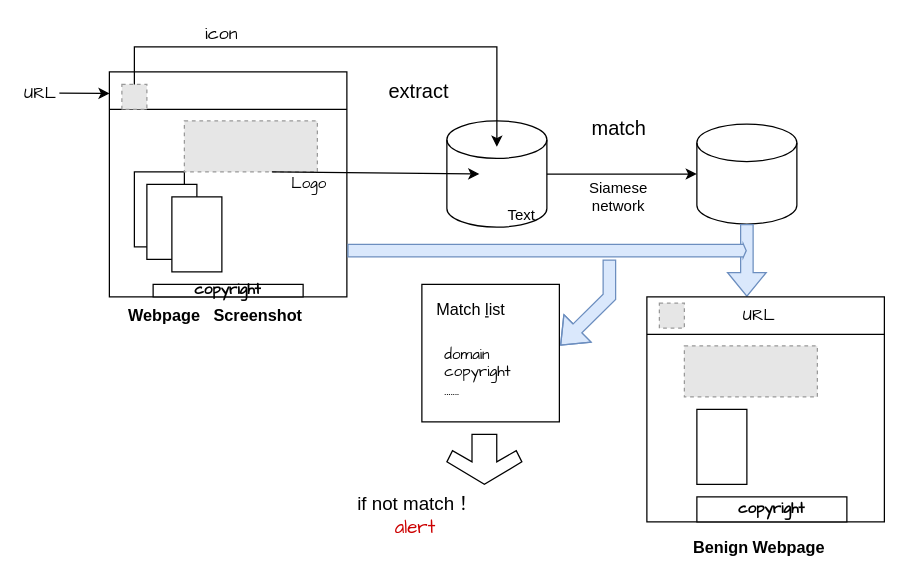
Xiaoxiaodewo89/v2ray-agent keeps this draw.io diagram as 未命名绘图.drawio. Above is the earlier version. Source tidied: cells renumbered, new cells numbered last; positions are measured from the earlier drawing's top-left corner, leaving out a move shared by most shapes. Both pictures are drawn from the tidied source at 125%, with x=0, y=0 at pixel (21, 21). Pictures stored in the file or linked from it are replaced by grey dashed boxes.
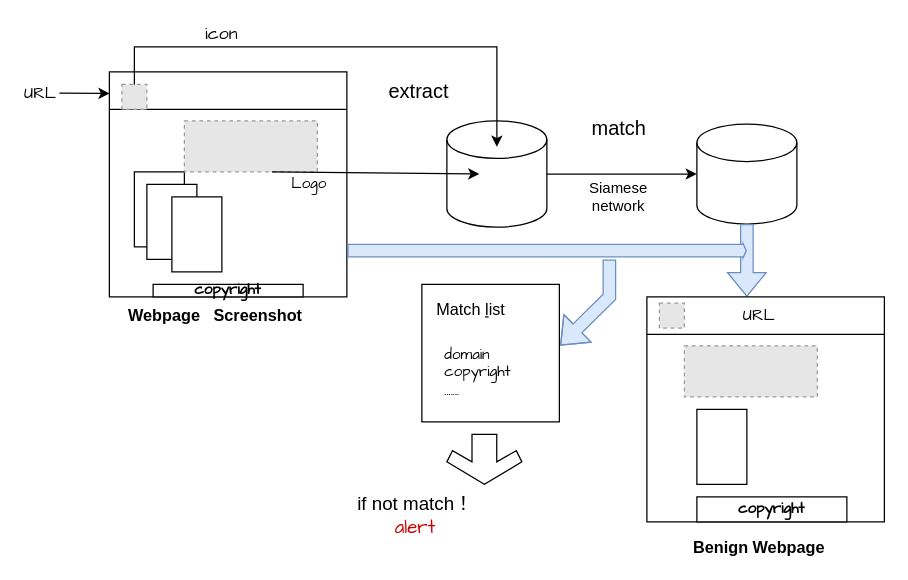
The same page after the edit.

Commit message:
更新未命名绘图.drawio

Diff of the diagram source:
```diff
@@
-    <mxCell id="35" value="Text" style="text;html=1;align=center;verticalAlign=middle;whiteSpace=wrap;rounded=0;" parent="1" vertex="1">
-      <mxGeometry x="370" y="140" width="60" height="30" as="geometry" />
-    </mxCell>
```
